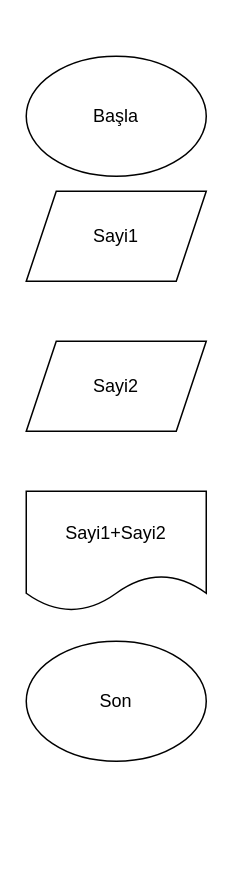
The draw.io diagram Untitled Diagram.drawio in zazaa562/zazaa562, before the edit. Source tidied: cells renumbered, new cells numbered last; positions are measured from the earlier drawing's top-left corner, leaving out a move shared by most shapes. Both pictures are drawn from the tidied source at 150%, with x=0, y=0 at pixel (26, 56).
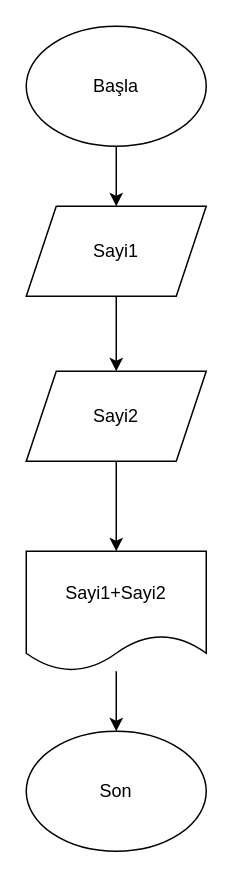
Above is the later version.

The edit, as a diff of the source:
```diff
@@
 <mxGraphModel>
   <root>
     <mxCell id="0" />
     <mxCell id="1" parent="0" />
+    <mxCell id="7" style="edgeStyle=orthogonalEdgeStyle;rounded=0;jettySize=auto;html=1;entryX=0.5;entryY=0;entryDx=0;entryDy=0;" parent="1" edge="1" source="2" target="3">
+      <mxGeometry relative="1" as="geometry" />
+    </mxCell>
     <mxCell id="2" value="Başla" style="ellipse;whiteSpace=wrap;html=1;" parent="1" vertex="1">
-      <mxGeometry width="120" height="80" as="geometry" />
+      <mxGeometry y="-20" width="120" height="80" as="geometry" />
     </mxCell>
+    <mxCell id="8" style="edgeStyle=orthogonalEdgeStyle;rounded=0;jettySize=auto;html=1;" parent="1" edge="1" source="3" target="4">
+      <mxGeometry relative="1" as="geometry" />
+    </mxCell>
     <mxCell id="3" value="Sayi1" style="shape=parallelogram;perimeter=parallelogramPerimeter;whiteSpace=wrap;html=1;fixedSize=1;" parent="1" vertex="1">
-      <mxGeometry y="90" width="120" height="60" as="geometry" />
+      <mxGeometry y="100" width="120" height="60" as="geometry" />
     </mxCell>
+    <mxCell id="9" style="edgeStyle=orthogonalEdgeStyle;rounded=0;jettySize=auto;html=1;" parent="1" edge="1" source="4" target="5">
+      <mxGeometry relative="1" as="geometry" />
+    </mxCell>
     <mxCell id="4" value="Sayi2" style="shape=parallelogram;perimeter=parallelogramPerimeter;whiteSpace=wrap;html=1;fixedSize=1;" parent="1" vertex="1">
-      <mxGeometry y="190" width="120" height="60" as="geometry" />
+      <mxGeometry y="210" width="120" height="60" as="geometry" />
     </mxCell>
+    <mxCell id="10" style="edgeStyle=orthogonalEdgeStyle;rounded=0;jettySize=auto;html=1;entryX=0.5;entryY=0;entryDx=0;entryDy=0;" parent="1" edge="1" source="5" target="6">
+      <mxGeometry relative="1" as="geometry" />
+    </mxCell>
     <mxCell id="5" value="Sayi1+Sayi2" style="shape=document;whiteSpace=wrap;html=1;boundedLbl=1;" parent="1" vertex="1">
-      <mxGeometry y="290" width="120" height="80" as="geometry" />
+      <mxGeometry y="330" width="120" height="80" as="geometry" />
     </mxCell>
     <mxCell id="6" value="Son" style="ellipse;whiteSpace=wrap;html=1;" parent="1" vertex="1">
-      <mxGeometry y="390" width="120" height="80" as="geometry" />
+      <mxGeometry y="450" width="120" height="80" as="geometry" />
     </mxCell>
   </root>
 </mxGraphModel>
```
